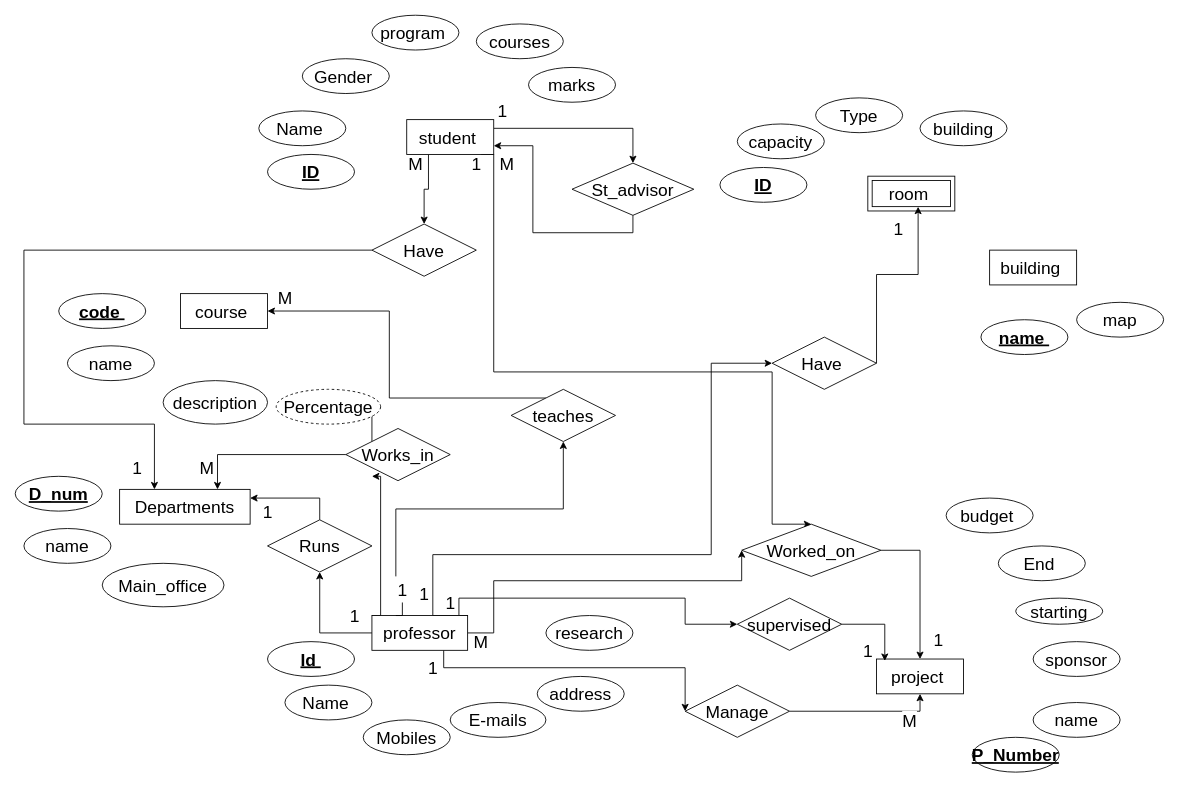
Above: Untitled Diagram.drawio in elarabyelaidy19/database_of_databases (draw.io), before the change. Source tidied: cells renumbered, new cells numbered last; positions are measured from the earlier drawing's top-left corner, leaving out a move shared by most shapes. Both pictures are drawn from the tidied source at 87%, with x=0, y=0 at pixel (15, 15).
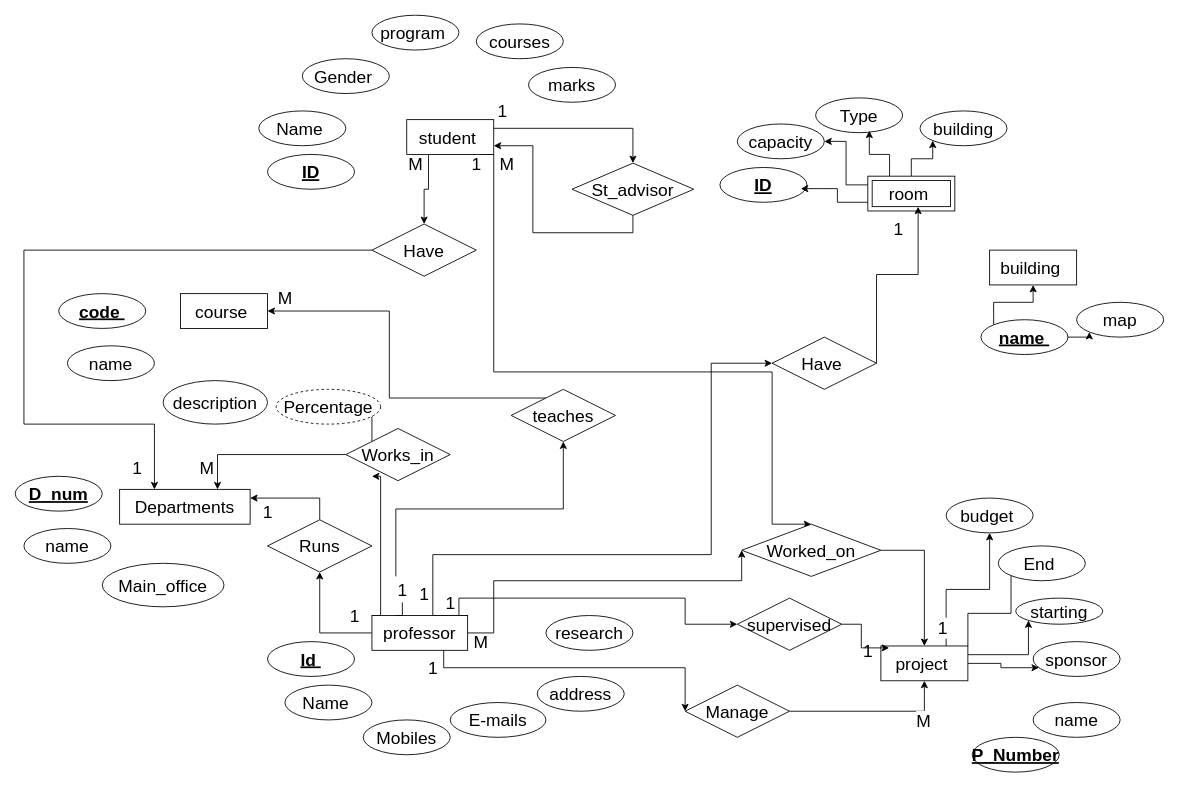
After the change.

The change refers to these unchanged cells:
```xml
<mxCell id="10" value="building&amp;nbsp;" style="whiteSpace=wrap;html=1;align=center;fontSize=20;fontStyle=0;" parent="1" vertex="1">
  <mxGeometry x="1120" y="270" width="100" height="40" as="geometry" />
</mxCell>
<mxCell id="33" value="map" style="ellipse;whiteSpace=wrap;html=1;align=center;fontSize=20;" parent="1" vertex="1">
  <mxGeometry x="1220" y="330" width="100" height="40" as="geometry" />
</mxCell>
<mxCell id="34" value="&lt;u&gt;&lt;b&gt;name&amp;nbsp;&lt;/b&gt;&lt;/u&gt;" style="ellipse;whiteSpace=wrap;html=1;align=center;fontSize=20;" parent="1" vertex="1">
  <mxGeometry x="1110" y="350" width="100" height="40" as="geometry" />
</mxCell>
<mxCell id="35" value="starting" style="ellipse;whiteSpace=wrap;html=1;align=center;fontSize=20;" parent="1" vertex="1">
  <mxGeometry x="1150" y="670" width="100" height="30" as="geometry" />
</mxCell>
<mxCell id="36" value="sponsor" style="ellipse;whiteSpace=wrap;html=1;align=center;fontSize=20;" parent="1" vertex="1">
  <mxGeometry x="1170" y="720" width="100" height="40" as="geometry" />
</mxCell>
<mxCell id="39" value="End&amp;nbsp;" style="ellipse;whiteSpace=wrap;html=1;align=center;fontSize=20;" parent="1" vertex="1">
  <mxGeometry x="1130" y="610" width="100" height="40" as="geometry" />
</mxCell>
<mxCell id="40" value="budget&amp;nbsp;" style="ellipse;whiteSpace=wrap;html=1;align=center;fontSize=20;" parent="1" vertex="1">
  <mxGeometry x="1070" y="555" width="100" height="40" as="geometry" />
</mxCell>
<mxCell id="41" value="Type" style="ellipse;whiteSpace=wrap;html=1;align=center;fontSize=20;" parent="1" vertex="1">
  <mxGeometry x="920" y="95" width="100" height="40" as="geometry" />
</mxCell>
<mxCell id="42" value="building" style="ellipse;whiteSpace=wrap;html=1;align=center;fontSize=20;" parent="1" vertex="1">
  <mxGeometry x="1040" y="110" width="100" height="40" as="geometry" />
</mxCell>
<mxCell id="43" value="capacity" style="ellipse;whiteSpace=wrap;html=1;align=center;fontSize=20;" parent="1" vertex="1">
  <mxGeometry x="830" y="125" width="100" height="40" as="geometry" />
</mxCell>
<mxCell id="44" value="ID" style="ellipse;whiteSpace=wrap;html=1;align=center;fontSize=20;fontStyle=5;" parent="1" vertex="1">
  <mxGeometry x="810" y="175" width="100" height="40" as="geometry" />
</mxCell>
<mxCell id="45" value="room&amp;nbsp;" style="shape=ext;margin=3;double=1;whiteSpace=wrap;html=1;align=center;fontSize=20;" parent="1" vertex="1">
  <mxGeometry x="980" y="185" width="100" height="40" as="geometry" />
</mxCell>
```

What changed in the source:
```diff
@@
+    <mxCell id="88" style="edgeStyle=orthogonalEdgeStyle;rounded=0;jettySize=auto;html=1;exitX=0.75;exitY=0;exitDx=0;exitDy=0;" parent="1" edge="1" source="16" target="40">
+      <mxGeometry relative="1" as="geometry" />
+    </mxCell>
+    <mxCell id="89" style="edgeStyle=orthogonalEdgeStyle;rounded=0;jettySize=auto;html=1;" parent="1" edge="1" source="16" target="36">
+      <mxGeometry relative="1" as="geometry">
+        <Array as="points">
+          <mxPoint x="1133" y="745" />
+          <mxPoint x="1133" y="750" />
+        </Array>
+      </mxGeometry>
+    </mxCell>
+    <mxCell id="90" style="edgeStyle=orthogonalEdgeStyle;rounded=0;jettySize=auto;html=1;exitX=1;exitY=0;exitDx=0;exitDy=0;entryX=0;entryY=0;entryDx=0;entryDy=0;" parent="1" edge="1" source="16" target="39">
+      <mxGeometry relative="1" as="geometry" />
+    </mxCell>
+    <mxCell id="91" style="edgeStyle=orthogonalEdgeStyle;rounded=0;jettySize=auto;html=1;exitX=1;exitY=0.25;exitDx=0;exitDy=0;entryX=0;entryY=1;entryDx=0;entryDy=0;" parent="1" edge="1" source="16" target="35">
+      <mxGeometry relative="1" as="geometry" />
+    </mxCell>
     <mxCell id="16" value="project&amp;nbsp;" style="whiteSpace=wrap;html=1;align=center;fontSize=20;fontStyle=0;" parent="1" vertex="1">
-      <mxGeometry x="990" y="740" width="100" height="40" as="geometry" />
+      <mxGeometry x="995" y="725" width="100" height="40" as="geometry" />
     </mxCell>
@@
+    <mxCell id="92" style="edgeStyle=orthogonalEdgeStyle;rounded=0;jettySize=auto;html=1;exitX=0;exitY=0;exitDx=0;exitDy=0;" parent="1" edge="1" source="34" target="10">
+      <mxGeometry relative="1" as="geometry" />
+    </mxCell>
+    <mxCell id="93" style="edgeStyle=orthogonalEdgeStyle;rounded=0;jettySize=auto;html=1;exitX=1;exitY=0.5;exitDx=0;exitDy=0;entryX=0;entryY=1;entryDx=0;entryDy=0;" parent="1" edge="1" source="34" target="33">
+      <mxGeometry relative="1" as="geometry" />
+    </mxCell>
@@
+    <mxCell id="94" style="edgeStyle=orthogonalEdgeStyle;rounded=0;jettySize=auto;html=1;exitX=0.5;exitY=0;exitDx=0;exitDy=0;entryX=0;entryY=1;entryDx=0;entryDy=0;" parent="1" edge="1" source="45" target="42">
+      <mxGeometry relative="1" as="geometry" />
+    </mxCell>
+    <mxCell id="95" style="edgeStyle=orthogonalEdgeStyle;rounded=0;jettySize=auto;html=1;exitX=0.25;exitY=0;exitDx=0;exitDy=0;entryX=0.617;entryY=0.942;entryDx=0;entryDy=0;entryPerimeter=0;" parent="1" edge="1" source="45" target="41">
+      <mxGeometry relative="1" as="geometry" />
+    </mxCell>
+    <mxCell id="96" style="edgeStyle=orthogonalEdgeStyle;rounded=0;jettySize=auto;html=1;exitX=0;exitY=0.25;exitDx=0;exitDy=0;entryX=1;entryY=0.5;entryDx=0;entryDy=0;" parent="1" edge="1" source="45" target="43">
+      <mxGeometry relative="1" as="geometry" />
+    </mxCell>
+    <mxCell id="97" style="edgeStyle=orthogonalEdgeStyle;rounded=0;jettySize=auto;html=1;exitX=0;exitY=0.75;exitDx=0;exitDy=0;entryX=0.93;entryY=0.608;entryDx=0;entryDy=0;entryPerimeter=0;" parent="1" edge="1" source="45" target="44">
+      <mxGeometry relative="1" as="geometry" />
+    </mxCell>
```
